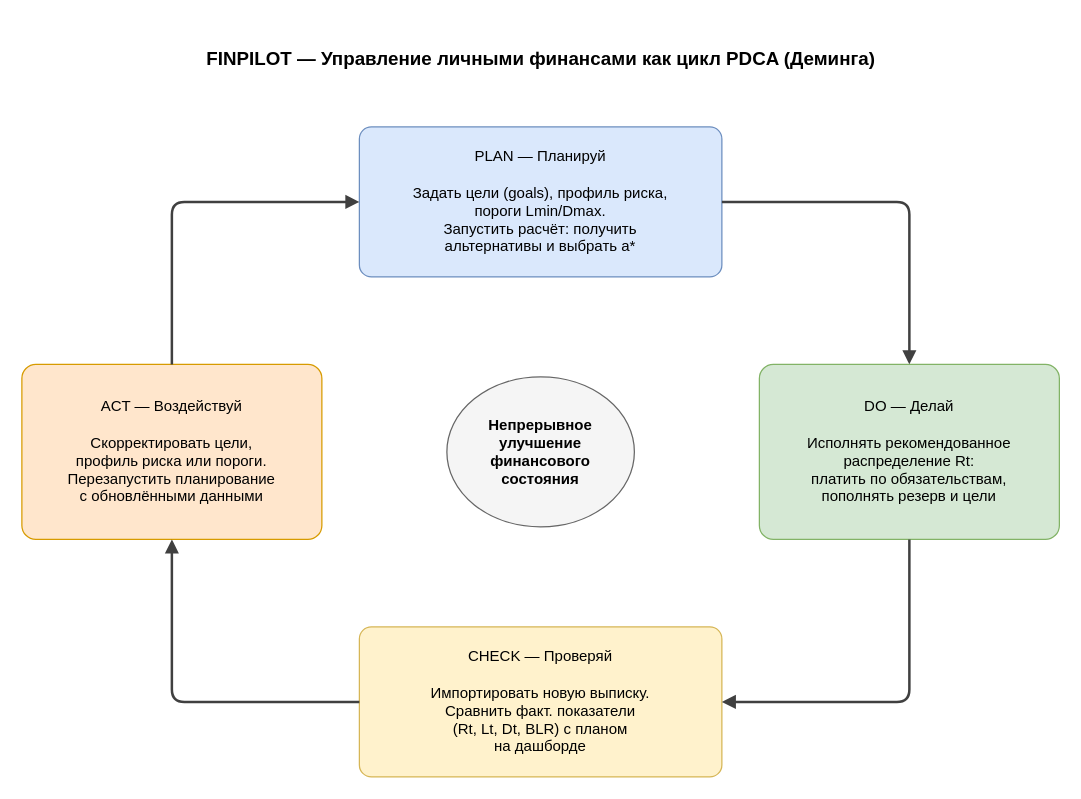
Above: docs/diagrams/16_pdca.drawio in vevdokimovm/personal-finance-dss (draw.io), before the change. Source tidied: cells renumbered, new cells numbered last; positions are measured from the earlier drawing's top-left corner, leaving out a move shared by most shapes. Both pictures are drawn from the tidied source at 125%, with x=0, y=0 at pixel (21, 39).
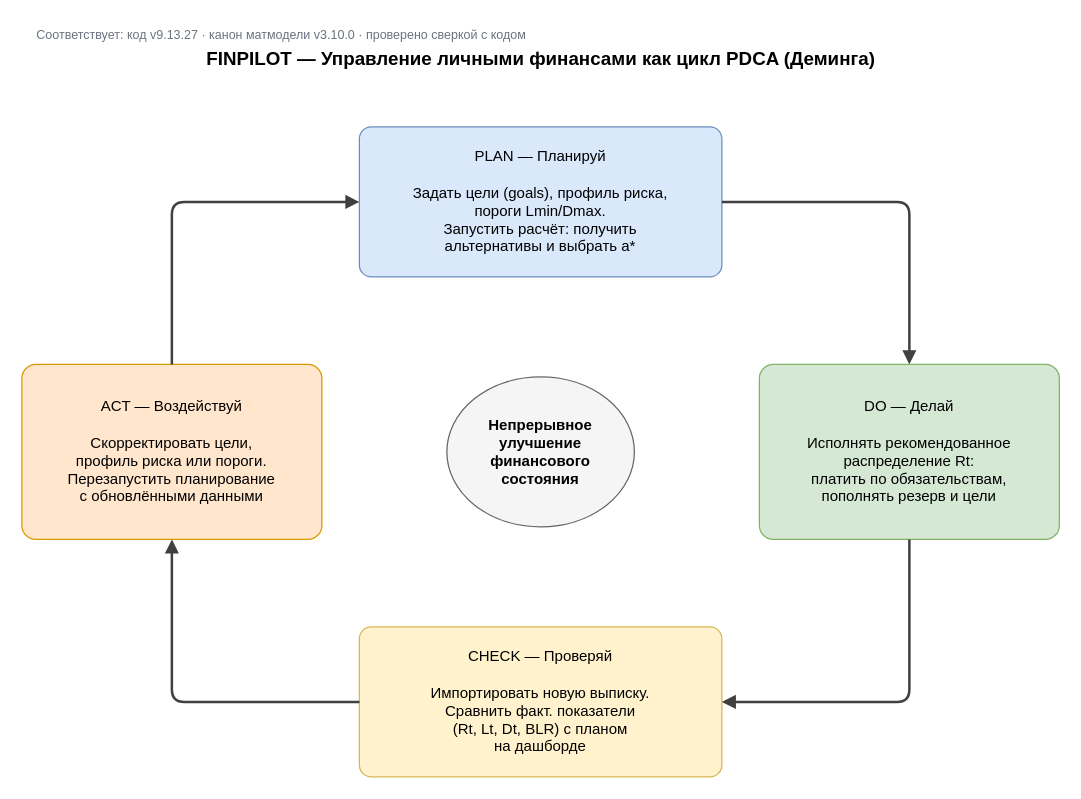
Above is the later version.

Change to the diagram source:
```diff
@@
 <mxGraphModel>
   <root>
     <mxCell id="0" />
     <mxCell id="1" parent="0" />
+    <mxCell id="12" value="Соответствует: код v9.13.27 · канон матмодели v3.10.0 · проверено сверкой с кодом" style="text;html=1;strokeColor=none;fillColor=none;align=left;verticalAlign=middle;fontSize=10;fontColor=#6b7280;" parent="1" vertex="1">
+      <mxGeometry x="10" y="-14" width="520" height="20" as="geometry" />
+    </mxCell>
     <mxCell id="2" value="FINPILOT — Управление личными финансами как цикл PDCA (Деминга)" style="text;html=1;strokeColor=none;fillColor=none;align=center;verticalAlign=middle;fontSize=15;fontStyle=1;" parent="1" vertex="1">
       <mxGeometry x="120" width="590" height="30" as="geometry" />
     </mxCell>
     <mxCell id="3" value="Непрерывное&#10;улучшение&#10;финансового&#10;состояния" style="ellipse;whiteSpace=wrap;html=1;fillColor=#f5f5f5;strokeColor=#666666;fontSize=12;fontStyle=1;" parent="1" vertex="1">
       <mxGeometry x="340" y="270" width="150" height="120" as="geometry" />
     </mxCell>
     <mxCell id="4" value="PLAN — Планируй&#10;&#10;Задать цели (goals), профиль риска,&#10;пороги Lmin/Dmax.&#10;Запустить расчёт: получить&#10;альтернативы и выбрать a*" style="rounded=1;whiteSpace=wrap;html=1;fillColor=#dae8fc;strokeColor=#6c8ebf;fontSize=12;align=center;verticalAlign=middle;arcSize=8;" parent="1" vertex="1">
       <mxGeometry x="270" y="70" width="290" height="120" as="geometry" />
     </mxCell>
     <mxCell id="5" value="DO — Делай&#10;&#10;Исполнять рекомендованное&#10;распределение Rt:&#10;платить по обязательствам,&#10;пополнять резерв и цели" style="rounded=1;whiteSpace=wrap;html=1;fillColor=#d5e8d4;strokeColor=#82b366;fontSize=12;align=center;verticalAlign=middle;arcSize=8;" parent="1" vertex="1">
       <mxGeometry x="590" y="260" width="240" height="140" as="geometry" />
     </mxCell>
     <mxCell id="6" value="CHECK — Проверяй&#10;&#10;Импортировать новую выписку.&#10;Сравнить факт. показатели&#10;(Rt, Lt, Dt, BLR) с планом&#10;на дашборде" style="rounded=1;whiteSpace=wrap;html=1;fillColor=#fff2cc;strokeColor=#d6b656;fontSize=12;align=center;verticalAlign=middle;arcSize=8;" parent="1" vertex="1">
       <mxGeometry x="270" y="470" width="290" height="120" as="geometry" />
     </mxCell>
     <mxCell id="7" value="ACT — Воздействуй&#10;&#10;Скорректировать цели,&#10;профиль риска или пороги.&#10;Перезапустить планирование&#10;с обновлёнными данными" style="rounded=1;whiteSpace=wrap;html=1;fillColor=#ffe6cc;strokeColor=#d79b00;fontSize=12;align=center;verticalAlign=middle;arcSize=8;" parent="1" vertex="1">
       <mxGeometry y="260" width="240" height="140" as="geometry" />
     </mxCell>
     <mxCell id="8" style="endArrow=block;html=1;rounded=1;edgeStyle=orthogonalEdgeStyle;strokeColor=#404040;strokeWidth=2;" parent="1" edge="1" source="4" target="5">
       <mxGeometry relative="1" as="geometry">
         <Array as="points">
           <mxPoint x="710" y="130" />
           <mxPoint x="710" y="260" />
         </Array>
       </mxGeometry>
     </mxCell>
     <mxCell id="9" style="endArrow=block;html=1;rounded=1;edgeStyle=orthogonalEdgeStyle;strokeColor=#404040;strokeWidth=2;" parent="1" edge="1" source="5" target="6">
       <mxGeometry relative="1" as="geometry">
         <Array as="points">
           <mxPoint x="710" y="530" />
           <mxPoint x="560" y="530" />
         </Array>
       </mxGeometry>
     </mxCell>
     <mxCell id="10" style="endArrow=block;html=1;rounded=1;edgeStyle=orthogonalEdgeStyle;strokeColor=#404040;strokeWidth=2;" parent="1" edge="1" source="6" target="7">
       <mxGeometry relative="1" as="geometry">
         <Array as="points">
           <mxPoint x="120" y="530" />
           <mxPoint x="120" y="400" />
         </Array>
       </mxGeometry>
     </mxCell>
     <mxCell id="11" style="endArrow=block;html=1;rounded=1;edgeStyle=orthogonalEdgeStyle;strokeColor=#404040;strokeWidth=2;" parent="1" edge="1" source="7" target="4">
       <mxGeometry relative="1" as="geometry">
         <Array as="points">
           <mxPoint x="120" y="130" />
           <mxPoint x="270" y="130" />
         </Array>
       </mxGeometry>
     </mxCell>
   </root>
 </mxGraphModel>
```
